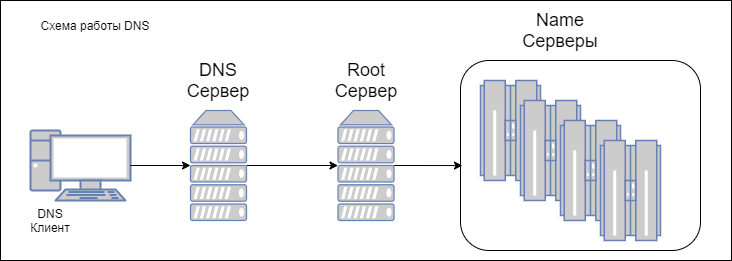
This is docs/ch2/media/03_dns_system.png from s-m-j/arch_course, a draw.io export, as it was before one commit. Source tidied: cells renumbered, new cells last; positions are measured from the earlier drawing's top-left corner, leaving out a move shared by most shapes. The source it was exported from:
```xml
<mxGraphModel>
  <root>
    <mxCell id="0" />
    <mxCell id="1" parent="0" />
    <mxCell id="2" style="rounded=0;whiteSpace=wrap;html=1;" parent="1" vertex="1">
      <mxGeometry width="731" height="260" as="geometry" />
    </mxCell>
    <mxCell id="3" style="fontColor=#0066CC;verticalAlign=top;verticalLabelPosition=bottom;labelPosition=center;align=center;html=1;outlineConnect=0;fillColor=#CCCCCC;strokeColor=#6881B3;gradientColor=none;gradientDirection=north;strokeWidth=2;shape=mxgraph.networks.server;" parent="1" vertex="1">
      <mxGeometry x="190" y="110" width="56" height="110" as="geometry" />
    </mxCell>
    <mxCell id="4" style="fontColor=#0066CC;verticalAlign=top;verticalLabelPosition=bottom;labelPosition=center;align=center;html=1;outlineConnect=0;fillColor=#CCCCCC;strokeColor=#6881B3;gradientColor=none;gradientDirection=north;strokeWidth=2;shape=mxgraph.networks.pc;" parent="1" vertex="1">
      <mxGeometry x="30" y="130" width="100" height="70" as="geometry" />
    </mxCell>
    <mxCell id="5" value="&lt;font style=&quot;font-size: 18px&quot;&gt;DNS&lt;br&gt;Сервер&lt;/font&gt;" style="text;html=1;strokeColor=none;fillColor=none;align=center;verticalAlign=middle;whiteSpace=wrap;rounded=0;" parent="1" vertex="1">
      <mxGeometry x="198" y="70" width="40" height="20" as="geometry" />
    </mxCell>
    <mxCell id="6" value="DNS Клиент" style="text;html=1;strokeColor=none;fillColor=none;align=center;verticalAlign=middle;whiteSpace=wrap;rounded=0;" parent="1" vertex="1">
      <mxGeometry x="30" y="210" width="40" height="20" as="geometry" />
    </mxCell>
    <mxCell id="7" style="fontColor=#0066CC;verticalAlign=top;verticalLabelPosition=bottom;labelPosition=center;align=center;html=1;outlineConnect=0;fillColor=#CCCCCC;strokeColor=#6881B3;gradientColor=none;gradientDirection=north;strokeWidth=2;shape=mxgraph.networks.server;" parent="1" vertex="1">
      <mxGeometry x="337.5" y="110" width="56" height="110" as="geometry" />
    </mxCell>
    <mxCell id="8" value="&lt;font style=&quot;font-size: 18px&quot;&gt;Name Серверы&lt;/font&gt;" style="text;html=1;strokeColor=none;fillColor=none;align=center;verticalAlign=middle;whiteSpace=wrap;rounded=0;" parent="1" vertex="1">
      <mxGeometry x="540" y="20" width="40" height="20" as="geometry" />
    </mxCell>
    <mxCell id="9" style="endArrow=classic;html=1;exitX=1;exitY=0.5;exitDx=0;exitDy=0;exitPerimeter=0;" parent="1" edge="1" source="4" target="3">
      <mxGeometry relative="1" as="geometry" />
    </mxCell>
    <mxCell id="10" value="Схема работы DNS" style="text;html=1;strokeColor=none;fillColor=none;align=center;verticalAlign=middle;whiteSpace=wrap;rounded=0;" parent="1" vertex="1">
      <mxGeometry x="20" y="20" width="150" height="10" as="geometry" />
    </mxCell>
    <mxCell id="11" value="&lt;font style=&quot;font-size: 18px&quot;&gt;Root&lt;br&gt;Сервер&lt;/font&gt;" style="text;html=1;strokeColor=none;fillColor=none;align=center;verticalAlign=middle;whiteSpace=wrap;rounded=0;" parent="1" vertex="1">
      <mxGeometry x="345.5" y="70" width="40" height="20" as="geometry" />
    </mxCell>
    <mxCell id="12" style="rounded=1;whiteSpace=wrap;html=1;" parent="1" vertex="1">
      <mxGeometry x="460" y="60" width="240" height="190" as="geometry" />
    </mxCell>
    <mxCell id="13" style="fontColor=#0066CC;verticalAlign=top;verticalLabelPosition=bottom;labelPosition=center;align=center;html=1;fillColor=#CCCCCC;strokeColor=#6881B3;gradientColor=none;gradientDirection=north;strokeWidth=2;shape=mxgraph.networks.mainframe;" parent="1" vertex="1">
      <mxGeometry x="480" y="80" width="60" height="100" as="geometry" />
    </mxCell>
    <mxCell id="14" style="fontColor=#0066CC;verticalAlign=top;verticalLabelPosition=bottom;labelPosition=center;align=center;html=1;fillColor=#CCCCCC;strokeColor=#6881B3;gradientColor=none;gradientDirection=north;strokeWidth=2;shape=mxgraph.networks.mainframe;" parent="1" vertex="1">
      <mxGeometry x="520" y="100" width="60" height="100" as="geometry" />
    </mxCell>
    <mxCell id="15" style="fontColor=#0066CC;verticalAlign=top;verticalLabelPosition=bottom;labelPosition=center;align=center;html=1;fillColor=#CCCCCC;strokeColor=#6881B3;gradientColor=none;gradientDirection=north;strokeWidth=2;shape=mxgraph.networks.mainframe;" parent="1" vertex="1">
      <mxGeometry x="560" y="120" width="60" height="100" as="geometry" />
    </mxCell>
    <mxCell id="16" style="fontColor=#0066CC;verticalAlign=top;verticalLabelPosition=bottom;labelPosition=center;align=center;html=1;fillColor=#CCCCCC;strokeColor=#6881B3;gradientColor=none;gradientDirection=north;strokeWidth=2;shape=mxgraph.networks.mainframe;" parent="1" vertex="1">
      <mxGeometry x="600" y="140" width="60" height="100" as="geometry" />
    </mxCell>
    <mxCell id="17" style="endArrow=classic;html=1;exitX=1;exitY=0.5;exitDx=0;exitDy=0;exitPerimeter=0;entryX=0;entryY=0.5;entryDx=0;entryDy=0;entryPerimeter=0;" parent="1" edge="1" source="3" target="7">
      <mxGeometry relative="1" as="geometry" />
    </mxCell>
    <mxCell id="18" style="endArrow=classic;html=1;exitX=1;exitY=0.5;exitDx=0;exitDy=0;exitPerimeter=0;entryX=0.008;entryY=0.553;entryDx=0;entryDy=0;entryPerimeter=0;" parent="1" edge="1" source="7" target="12">
      <mxGeometry relative="1" as="geometry" />
    </mxCell>
  </root>
</mxGraphModel>
```
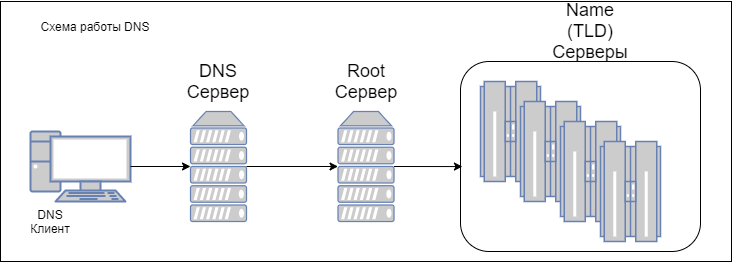
After the commit.

Diff of the diagram source:
```diff
@@ -20,8 +20,8 @@
     <mxCell id="7" style="fontColor=#0066CC;verticalAlign=top;verticalLabelPosition=bottom;labelPosition=center;align=center;html=1;outlineConnect=0;fillColor=#CCCCCC;strokeColor=#6881B3;gradientColor=none;gradientDirection=north;strokeWidth=2;shape=mxgraph.networks.server;" parent="1" vertex="1">
       <mxGeometry x="337.5" y="110" width="56" height="110" as="geometry" />
     </mxCell>
-    <mxCell id="8" value="&lt;font style=&quot;font-size: 18px&quot;&gt;Name Серверы&lt;/font&gt;" style="text;html=1;strokeColor=none;fillColor=none;align=center;verticalAlign=middle;whiteSpace=wrap;rounded=0;" parent="1" vertex="1">
-      <mxGeometry x="540" y="20" width="40" height="20" as="geometry" />
+    <mxCell id="8" value="&lt;font style=&quot;font-size: 18px&quot;&gt;Name (TLD) Серверы&lt;/font&gt;" style="text;html=1;strokeColor=none;fillColor=none;align=center;verticalAlign=middle;whiteSpace=wrap;rounded=0;" parent="1" vertex="1">
+      <mxGeometry x="540" y="20" width="100" height="20" as="geometry" />
     </mxCell>
     <mxCell id="9" style="endArrow=classic;html=1;exitX=1;exitY=0.5;exitDx=0;exitDy=0;exitPerimeter=0;" parent="1" edge="1" source="4" target="3">
       <mxGeometry relative="1" as="geometry" />
```
